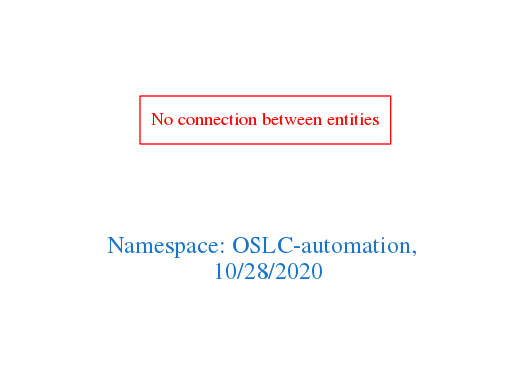
Earlier version of the Graphviz export downloads/OSLC-automation.png (arago/OGIT). Its source is kept beside it as downloads/OSLC-automation.dot.
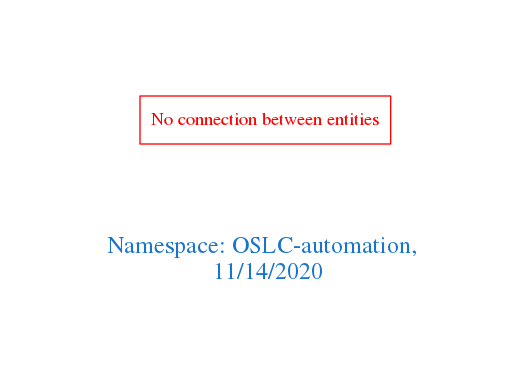
After the change.

The edit, as a diff of the source:
```diff
@@ -1,7 +1,7 @@
 digraph OGIT_ontology {
  graph [ rankdir= LR,pad=1
 fontsize = 18,
-fontcolor= dodgerblue3,label = "\n\n\nNamespace: OSLC-automation, \n 10/28/2020"];
+fontcolor= dodgerblue3,label = "\n\n\nNamespace: OSLC-automation, \n 11/14/2020"];
 node[shape=polygon];
 edge [  color="gray81"];
 
```
